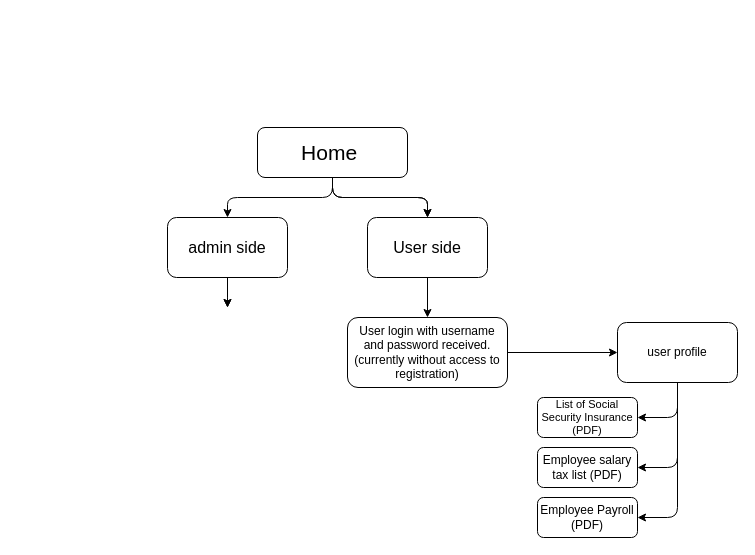
Before: Untitled Diagram.drawio in faripoorasl/-, a draw.io diagram. Source tidied: cells renumbered, new cells numbered last; positions are measured from the earlier drawing's top-left corner, leaving out a move shared by most shapes. Both pictures are drawn from the tidied source at 100%, with x=0, y=0 at pixel (167, 127).
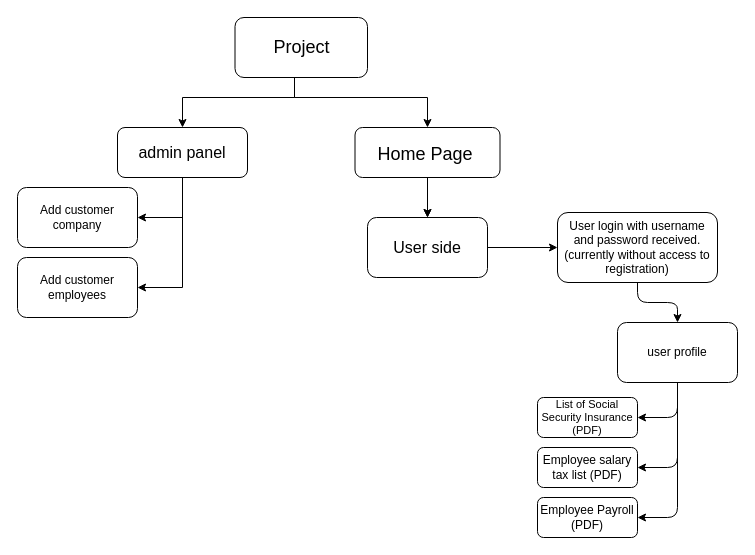
After the change.

Diff of the diagram source:
```diff
@@
-    <mxCell id="4" style="edgeStyle=orthogonalEdgeStyle;rounded=1;jettySize=auto;html=1;labelBackgroundColor=none;fontColor=default;" parent="1" edge="1" source="5" target="8">
-      <mxGeometry relative="1" as="geometry" />
-    </mxCell>
-    <mxCell id="5" value="Home&amp;nbsp;" style="rounded=1;whiteSpace=wrap;html=1;fontSize=21;labelBackgroundColor=none;" parent="1" vertex="1">
-      <mxGeometry x="90" width="150" height="50" as="geometry" />
+    <mxCell id="5" value="&lt;font style=&quot;font-size: 18px;&quot;&gt;Home Page&amp;nbsp;&lt;/font&gt;" style="rounded=1;whiteSpace=wrap;html=1;fontSize=21;labelBackgroundColor=none;" parent="1" vertex="1">
+      <mxGeometry x="187.5" width="145" height="50" as="geometry" />
     </mxCell>
-    <mxCell id="6" style="edgeStyle=orthogonalEdgeStyle;rounded=0;jettySize=auto;html=1;" parent="1" edge="1" source="8">
-      <mxGeometry relative="1" as="geometry">
-        <mxPoint x="60" y="180" as="targetPoint" />
-      </mxGeometry>
-    </mxCell>
-    <mxCell id="7" style="edgeStyle=orthogonalEdgeStyle;rounded=0;jettySize=auto;html=1;" parent="1" edge="1" source="8">
-      <mxGeometry relative="1" as="geometry">
-        <mxPoint x="60" y="180" as="targetPoint" />
-      </mxGeometry>
-    </mxCell>
+    <mxCell id="20" style="edgeStyle=orthogonalEdgeStyle;rounded=0;jettySize=auto;html=1;entryX=1;entryY=0.5;entryDx=0;entryDy=0;" parent="1" edge="1" source="8" target="22">
+      <mxGeometry relative="1" as="geometry" />
+    </mxCell>
+    <mxCell id="21" style="edgeStyle=orthogonalEdgeStyle;rounded=0;jettySize=auto;html=1;entryX=1;entryY=0.5;entryDx=0;entryDy=0;" parent="1" edge="1" source="8" target="26">
+      <mxGeometry relative="1" as="geometry" />
+    </mxCell>
-    <mxCell id="8" value="&lt;font size=&quot;3&quot;&gt;admin side&lt;/font&gt;" style="rounded=1;whiteSpace=wrap;html=1;labelBackgroundColor=none;" parent="1" vertex="1">
-      <mxGeometry y="90" width="120" height="60" as="geometry" />
+    <mxCell id="8" value="&lt;font size=&quot;3&quot;&gt;admin panel&lt;/font&gt;" style="rounded=1;whiteSpace=wrap;html=1;labelBackgroundColor=none;" parent="1" vertex="1">
+      <mxGeometry x="-50" width="130" height="50" as="geometry" />
     </mxCell>
@@
     <mxCell id="12" value="User login with username and password received. (currently without access to registration)" style="rounded=1;whiteSpace=wrap;html=1;labelBackgroundColor=none;" parent="1" vertex="1">
-      <mxGeometry x="180" y="190" width="160" height="70" as="geometry" />
+      <mxGeometry x="390" y="85" width="160" height="70" as="geometry" />
     </mxCell>
@@
+    <mxCell id="22" value="Add customer company" style="rounded=1;whiteSpace=wrap;html=1;labelBackgroundColor=none;" parent="1" vertex="1">
+      <mxGeometry x="-150" y="60" width="120" height="60" as="geometry" />
+    </mxCell>
+    <mxCell id="23" style="edgeStyle=orthogonalEdgeStyle;rounded=0;jettySize=auto;html=1;" parent="1" edge="1" source="25" target="5">
+      <mxGeometry relative="1" as="geometry">
+        <Array as="points">
+          <mxPoint x="127" y="-30" />
+          <mxPoint x="260" y="-30" />
+        </Array>
+      </mxGeometry>
+    </mxCell>
+    <mxCell id="24" style="edgeStyle=orthogonalEdgeStyle;rounded=0;jettySize=auto;html=1;entryX=0.5;entryY=0;entryDx=0;entryDy=0;" parent="1" edge="1" source="25" target="8">
+      <mxGeometry relative="1" as="geometry">
+        <Array as="points">
+          <mxPoint x="127" y="-30" />
+          <mxPoint x="15" y="-30" />
+        </Array>
+      </mxGeometry>
+    </mxCell>
+    <mxCell id="25" value="Project" style="rounded=1;whiteSpace=wrap;html=1;fontSize=18;" parent="1" vertex="1">
+      <mxGeometry x="67.5" y="-110" width="132.5" height="60" as="geometry" />
+    </mxCell>
+    <mxCell id="26" value="Add customer employees" style="rounded=1;whiteSpace=wrap;html=1;labelBackgroundColor=none;" parent="1" vertex="1">
+      <mxGeometry x="-150" y="130" width="120" height="60" as="geometry" />
+    </mxCell>
```
